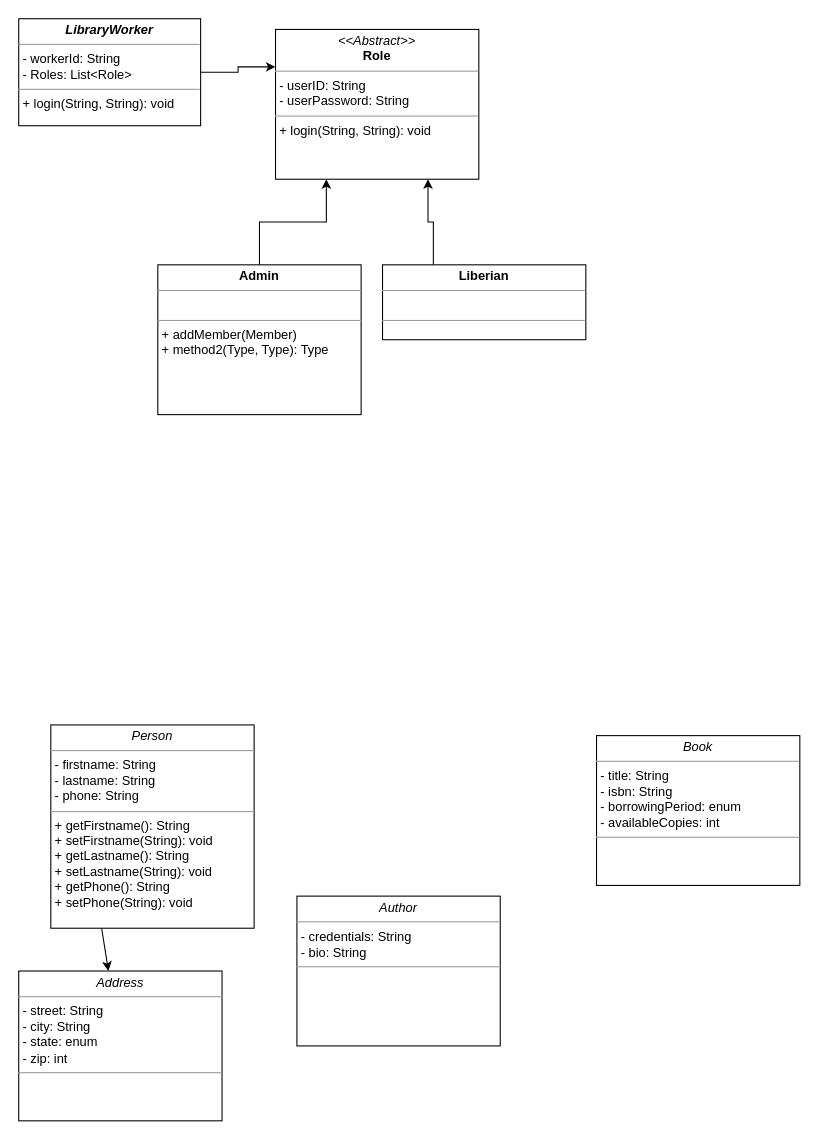
megaunknown/UML keeps this draw.io diagram as Untitled Diagram.drawio. Above is the earlier version. Source tidied: cells renumbered, new cells numbered last; positions are measured from the earlier drawing's top-left corner, leaving out a move shared by most shapes. Both pictures are drawn from the tidied source at 107%, with x=0, y=0 at pixel (18, 18).
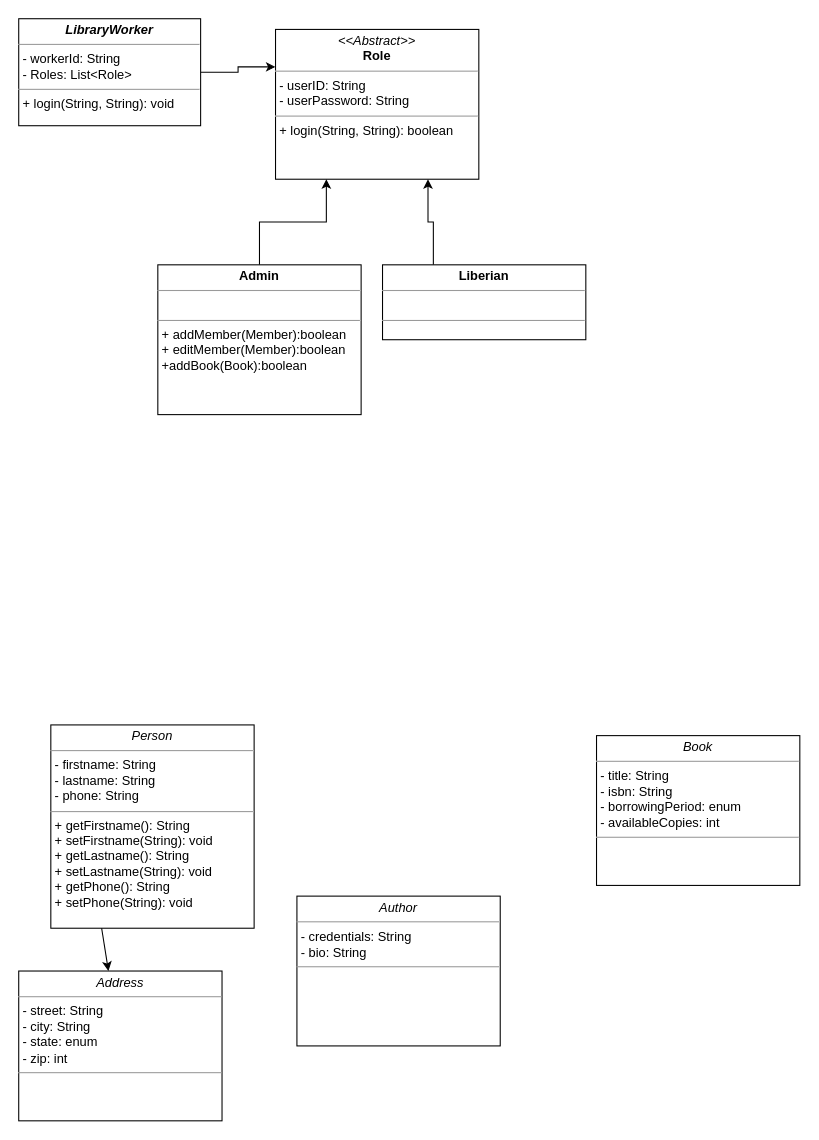
The same page after the edit.

Commit message:
Adding member functions to Admin

Change to the diagram source:
```diff
@@
 <mxGraphModel>
   <root>
     <mxCell id="0" />
     <mxCell id="1" parent="0" />
-    <mxCell id="2" value="&lt;p style=&quot;margin: 0px ; margin-top: 4px ; text-align: center&quot;&gt;&lt;i&gt;&amp;lt;&amp;lt;Abstract&amp;gt;&amp;gt;&lt;/i&gt;&lt;br&gt;&lt;b&gt;Role&lt;/b&gt;&lt;/p&gt;&lt;hr size=&quot;1&quot;&gt;&lt;p style=&quot;margin: 0px ; margin-left: 4px&quot;&gt;- userID: String&lt;br&gt;- userPassword: String&lt;/p&gt;&lt;hr size=&quot;1&quot;&gt;&lt;p style=&quot;margin: 0px ; margin-left: 4px&quot;&gt;+ login(String, String): void&lt;br&gt;&lt;/p&gt;" style="verticalAlign=top;align=left;overflow=fill;fontSize=12;fontFamily=Helvetica;html=1;rounded=0;shadow=0;comic=0;labelBackgroundColor=none;strokeWidth=1;" parent="1" vertex="1">
+    <mxCell id="2" value="&lt;p style=&quot;margin: 0px ; margin-top: 4px ; text-align: center&quot;&gt;&lt;i&gt;&amp;lt;&amp;lt;Abstract&amp;gt;&amp;gt;&lt;/i&gt;&lt;br&gt;&lt;b&gt;Role&lt;/b&gt;&lt;/p&gt;&lt;hr size=&quot;1&quot;&gt;&lt;p style=&quot;margin: 0px ; margin-left: 4px&quot;&gt;- userID: String&lt;br&gt;- userPassword: String&lt;/p&gt;&lt;hr size=&quot;1&quot;&gt;&lt;p style=&quot;margin: 0px ; margin-left: 4px&quot;&gt;+ login(String, String): boolean&lt;br&gt;&lt;/p&gt;" style="verticalAlign=top;align=left;overflow=fill;fontSize=12;fontFamily=Helvetica;html=1;rounded=0;shadow=0;comic=0;labelBackgroundColor=none;strokeWidth=1;" parent="1" vertex="1">
       <mxGeometry x="240" y="10" width="190" height="140" as="geometry" />
     </mxCell>
     <mxCell id="3" style="edgeStyle=orthogonalEdgeStyle;rounded=0;jettySize=auto;html=1;exitX=0.5;exitY=0;exitDx=0;exitDy=0;entryX=0.25;entryY=1;entryDx=0;entryDy=0;" parent="1" edge="1" source="4" target="2">
       <mxGeometry relative="1" as="geometry" />
     </mxCell>
-    <mxCell id="4" value="&lt;p style=&quot;margin: 0px ; margin-top: 4px ; text-align: center&quot;&gt;&lt;b&gt;Admin&lt;/b&gt;&lt;/p&gt;&lt;hr size=&quot;1&quot;&gt;&lt;p style=&quot;margin: 0px ; margin-left: 4px&quot;&gt;&lt;br&gt;&lt;/p&gt;&lt;hr size=&quot;1&quot;&gt;&lt;p style=&quot;margin: 0px ; margin-left: 4px&quot;&gt;+ addMember(Member)&lt;br&gt;+ method2(Type, Type): Type&lt;/p&gt;" style="verticalAlign=top;align=left;overflow=fill;fontSize=12;fontFamily=Helvetica;html=1;rounded=0;shadow=0;comic=0;labelBackgroundColor=none;strokeWidth=1;" parent="1" vertex="1">
+    <mxCell id="4" value="&lt;p style=&quot;margin: 0px ; margin-top: 4px ; text-align: center&quot;&gt;&lt;b&gt;Admin&lt;/b&gt;&lt;/p&gt;&lt;hr size=&quot;1&quot;&gt;&lt;p style=&quot;margin: 0px ; margin-left: 4px&quot;&gt;&lt;br&gt;&lt;/p&gt;&lt;hr size=&quot;1&quot;&gt;&lt;p style=&quot;margin: 0px ; margin-left: 4px&quot;&gt;+ addMember(Member):boolean&lt;/p&gt;&lt;p style=&quot;margin: 0px ; margin-left: 4px&quot;&gt;+ editMember(Member):boolean&lt;/p&gt;&lt;p style=&quot;margin: 0px ; margin-left: 4px&quot;&gt;+addBook(Book):boolean&lt;/p&gt;&lt;p style=&quot;margin: 0px ; margin-left: 4px&quot;&gt;&lt;br&gt;&lt;/p&gt;" style="verticalAlign=top;align=left;overflow=fill;fontSize=12;fontFamily=Helvetica;html=1;rounded=0;shadow=0;comic=0;labelBackgroundColor=none;strokeWidth=1;" parent="1" vertex="1">
       <mxGeometry x="130" y="230" width="190" height="140" as="geometry" />
     </mxCell>
     <mxCell id="5" value="&lt;p style=&quot;margin: 0px ; margin-top: 4px ; text-align: center&quot;&gt;&lt;i&gt;Book&lt;/i&gt;&lt;/p&gt;&lt;hr size=&quot;1&quot;&gt;&lt;p style=&quot;margin: 0px ; margin-left: 4px&quot;&gt;- title: String&lt;br&gt;- isbn: String&lt;/p&gt;&lt;p style=&quot;margin: 0px ; margin-left: 4px&quot;&gt;- borrowingPeriod: enum&lt;/p&gt;&lt;p style=&quot;margin: 0px ; margin-left: 4px&quot;&gt;- availableCopies: int&lt;/p&gt;&lt;hr size=&quot;1&quot;&gt;&lt;p style=&quot;margin: 0px ; margin-left: 4px&quot;&gt;&lt;br&gt;&lt;/p&gt;" style="verticalAlign=top;align=left;overflow=fill;fontSize=12;fontFamily=Helvetica;html=1;rounded=0;shadow=0;comic=0;labelBackgroundColor=none;strokeWidth=1;" parent="1" vertex="1">
       <mxGeometry x="540" y="670" width="190" height="140" as="geometry" />
     </mxCell>
     <mxCell id="6" style="edgeStyle=orthogonalEdgeStyle;rounded=0;jettySize=auto;html=1;exitX=0.25;exitY=0;exitDx=0;exitDy=0;entryX=0.75;entryY=1;entryDx=0;entryDy=0;" parent="1" edge="1" source="8" target="2">
       <mxGeometry relative="1" as="geometry" />
     </mxCell>
     <mxCell id="7" value="&lt;p style=&quot;margin: 0px ; margin-top: 4px ; text-align: center&quot;&gt;&lt;i&gt;Person&lt;/i&gt;&lt;br&gt;&lt;/p&gt;&lt;hr size=&quot;1&quot;&gt;&lt;p style=&quot;margin: 0px ; margin-left: 4px&quot;&gt;- firstname: String&lt;br&gt;- lastname: String&lt;/p&gt;&lt;p style=&quot;margin: 0px ; margin-left: 4px&quot;&gt;- phone: String&lt;br&gt;&lt;/p&gt;&lt;hr size=&quot;1&quot;&gt;&lt;p style=&quot;margin: 0px ; margin-left: 4px&quot;&gt;+ getFirstname(): String&lt;/p&gt;&lt;p style=&quot;margin: 0px ; margin-left: 4px&quot;&gt;+ setFirstname(String): void&lt;br&gt;&lt;/p&gt;&lt;p style=&quot;margin: 0px 0px 0px 4px&quot;&gt;+ getLastname(): String&lt;/p&gt;&lt;p style=&quot;margin: 0px 0px 0px 4px&quot;&gt;+ setLastname(String): void&lt;br&gt;&lt;/p&gt;&lt;p style=&quot;margin: 0px 0px 0px 4px&quot;&gt;+ getPhone(): String&lt;/p&gt;&lt;p style=&quot;margin: 0px 0px 0px 4px&quot;&gt;+ setPhone(String): void&lt;/p&gt;&lt;p style=&quot;margin: 0px 0px 0px 4px&quot;&gt;&lt;br&gt;&lt;/p&gt;" style="verticalAlign=top;align=left;overflow=fill;fontSize=12;fontFamily=Helvetica;html=1;rounded=0;shadow=0;comic=0;labelBackgroundColor=none;strokeWidth=1;" parent="1" vertex="1">
       <mxGeometry x="30" y="660" width="190" height="190" as="geometry" />
     </mxCell>
     <mxCell id="8" value="&lt;p style=&quot;margin: 0px ; margin-top: 4px ; text-align: center&quot;&gt;&lt;b&gt;Liberian&lt;/b&gt;&lt;/p&gt;&lt;hr size=&quot;1&quot;&gt;&lt;p style=&quot;margin: 0px ; margin-left: 4px&quot;&gt;&lt;br&gt;&lt;/p&gt;&lt;hr size=&quot;1&quot;&gt;&lt;p style=&quot;margin: 0px ; margin-left: 4px&quot;&gt;&lt;br&gt;&lt;/p&gt;" style="verticalAlign=top;align=left;overflow=fill;fontSize=12;fontFamily=Helvetica;html=1;rounded=0;shadow=0;comic=0;labelBackgroundColor=none;strokeWidth=1;" parent="1" vertex="1">
       <mxGeometry x="340" y="230" width="190" height="70" as="geometry" />
     </mxCell>
     <mxCell id="9" value="&lt;p style=&quot;margin: 0px ; margin-top: 4px ; text-align: center&quot;&gt;&lt;i&gt;Address&lt;/i&gt;&lt;/p&gt;&lt;hr size=&quot;1&quot;&gt;&lt;p style=&quot;margin: 0px ; margin-left: 4px&quot;&gt;- street: String&lt;br&gt;- city: String&lt;/p&gt;&lt;p style=&quot;margin: 0px ; margin-left: 4px&quot;&gt;- state: enum&lt;/p&gt;&lt;p style=&quot;margin: 0px ; margin-left: 4px&quot;&gt;- zip: int&lt;/p&gt;&lt;hr size=&quot;1&quot;&gt;&lt;p style=&quot;margin: 0px ; margin-left: 4px&quot;&gt;&lt;br&gt;&lt;/p&gt;" style="verticalAlign=top;align=left;overflow=fill;fontSize=12;fontFamily=Helvetica;html=1;rounded=0;shadow=0;comic=0;labelBackgroundColor=none;strokeWidth=1;" parent="1" vertex="1">
       <mxGeometry y="890" width="190" height="140" as="geometry" />
     </mxCell>
     <mxCell id="10" style="edgeStyle=orthogonalEdgeStyle;rounded=0;jettySize=auto;html=1;exitX=1;exitY=0.5;exitDx=0;exitDy=0;entryX=0;entryY=0.25;entryDx=0;entryDy=0;" parent="1" edge="1" source="12" target="2">
       <mxGeometry relative="1" as="geometry" />
     </mxCell>
     <mxCell id="11" style="endArrow=classic;html=1;exitX=0.25;exitY=1;exitDx=0;exitDy=0;" parent="1" edge="1" source="7" target="9">
       <mxGeometry relative="1" as="geometry" />
     </mxCell>
     <mxCell id="12" value="&lt;p style=&quot;margin: 0px ; margin-top: 4px ; text-align: center&quot;&gt;&lt;i&gt;&lt;b&gt;LibraryWorker&lt;/b&gt;&lt;/i&gt;&lt;/p&gt;&lt;hr size=&quot;1&quot;&gt;&lt;p style=&quot;margin: 0px ; margin-left: 4px&quot;&gt;- workerId: String&lt;br&gt;- Roles: List&amp;lt;Role&amp;gt;&lt;/p&gt;&lt;hr size=&quot;1&quot;&gt;&lt;p style=&quot;margin: 0px ; margin-left: 4px&quot;&gt;+ login(String, String): void&lt;br&gt;&lt;/p&gt;" style="verticalAlign=top;align=left;overflow=fill;fontSize=12;fontFamily=Helvetica;html=1;rounded=0;shadow=0;comic=0;labelBackgroundColor=none;strokeWidth=1;" parent="1" vertex="1">
       <mxGeometry width="170" height="100" as="geometry" />
     </mxCell>
     <mxCell id="13" value="&lt;p style=&quot;margin: 0px ; margin-top: 4px ; text-align: center&quot;&gt;&lt;i&gt;Author&lt;/i&gt;&lt;/p&gt;&lt;hr size=&quot;1&quot;&gt;&lt;p style=&quot;margin: 0px ; margin-left: 4px&quot;&gt;- credentials: String&lt;br&gt;- bio: String&lt;/p&gt;&lt;hr size=&quot;1&quot;&gt;&lt;p style=&quot;margin: 0px ; margin-left: 4px&quot;&gt;&lt;br&gt;&lt;/p&gt;" style="verticalAlign=top;align=left;overflow=fill;fontSize=12;fontFamily=Helvetica;html=1;rounded=0;shadow=0;comic=0;labelBackgroundColor=none;strokeWidth=1;" parent="1" vertex="1">
       <mxGeometry x="260" y="820" width="190" height="140" as="geometry" />
     </mxCell>
   </root>
 </mxGraphModel>
```
